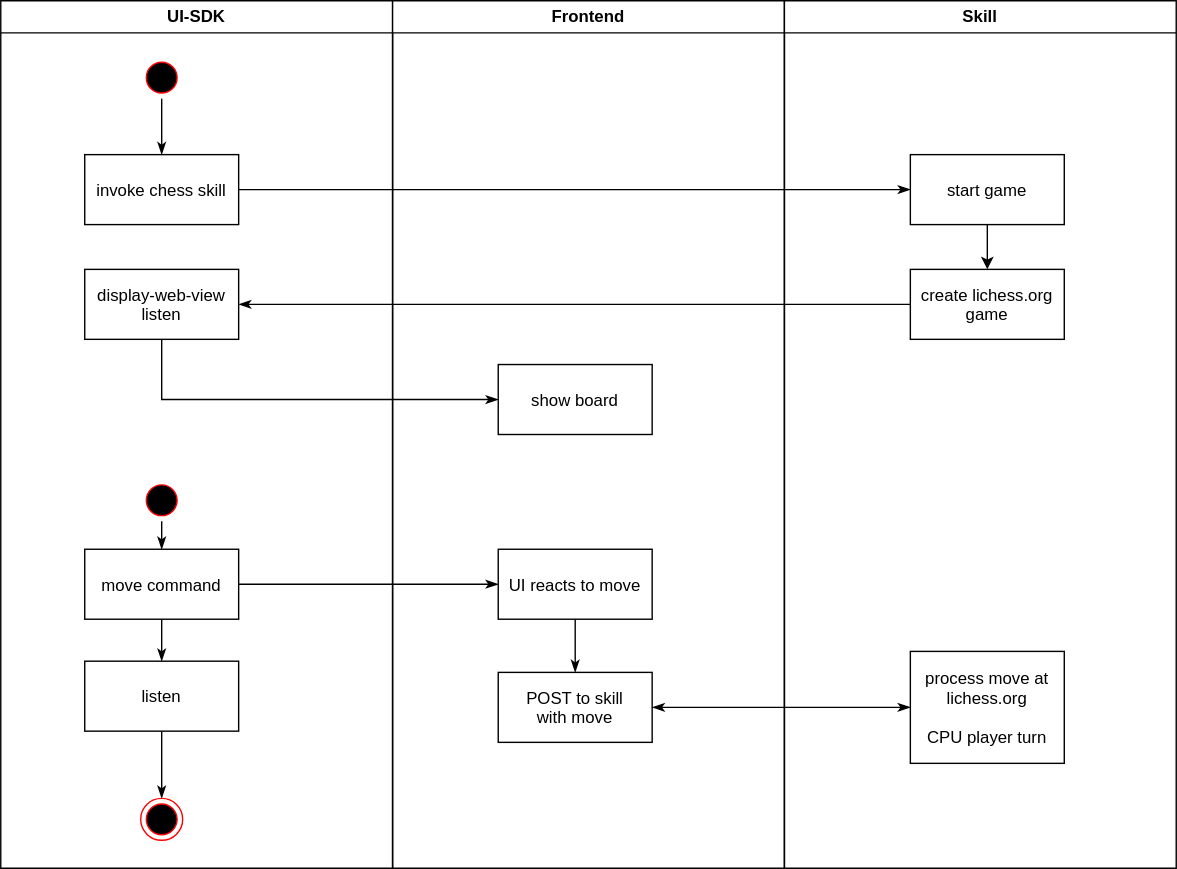
Before: docs/flows-Command Flow.svg, a diagram exported from draw.io (mosure/chess-assistant-skill). Source tidied: cells renumbered, new cells last; positions are measured from the earlier drawing's top-left corner, leaving out a move shared by most shapes. Source of this version:
```xml
<mxGraphModel>
  <root>
    <mxCell id="0" />
    <mxCell id="1" parent="0" />
    <mxCell id="2" value="UI-SDK" style="swimlane;whiteSpace=wrap;startSize=23;" parent="1" vertex="1">
      <mxGeometry width="280" height="620" as="geometry" />
    </mxCell>
    <mxCell id="3" style="edgeStyle=orthogonalEdgeStyle;rounded=0;jettySize=auto;html=1;exitX=0.5;exitY=1;exitDx=0;exitDy=0;entryX=0.5;entryY=0;entryDx=0;entryDy=0;endArrow=classicThin;endFill=1;strokeColor=#000000;" parent="2" edge="1" source="4" target="5">
      <mxGeometry relative="1" as="geometry" />
    </mxCell>
    <mxCell id="4" style="ellipse;shape=startState;fillColor=#000000;strokeColor=#ff0000;" parent="2" vertex="1">
      <mxGeometry x="100" y="40" width="30" height="30" as="geometry" />
    </mxCell>
    <mxCell id="5" value="invoke chess skill" parent="2" vertex="1">
      <mxGeometry x="60" y="110" width="110" height="50" as="geometry" />
    </mxCell>
    <mxCell id="6" value="display-web-view&#10;listen" parent="2" vertex="1">
      <mxGeometry x="60" y="192" width="110" height="50" as="geometry" />
    </mxCell>
    <mxCell id="7" style="edgeStyle=orthogonalEdgeStyle;rounded=0;jettySize=auto;html=1;exitX=0.5;exitY=1;exitDx=0;exitDy=0;entryX=0.5;entryY=0;entryDx=0;entryDy=0;endArrow=classicThin;endFill=1;strokeColor=#000000;" parent="2" edge="1" source="8" target="12">
      <mxGeometry relative="1" as="geometry" />
    </mxCell>
    <mxCell id="8" value="move command" parent="2" vertex="1">
      <mxGeometry x="60" y="392" width="110" height="50" as="geometry" />
    </mxCell>
    <mxCell id="9" style="edgeStyle=orthogonalEdgeStyle;rounded=0;jettySize=auto;html=1;exitX=0.5;exitY=1;exitDx=0;exitDy=0;entryX=0.5;entryY=0;entryDx=0;entryDy=0;endArrow=classicThin;endFill=1;strokeColor=#000000;" parent="2" edge="1" source="10" target="8">
      <mxGeometry relative="1" as="geometry" />
    </mxCell>
    <mxCell id="10" style="ellipse;shape=startState;fillColor=#000000;strokeColor=#ff0000;" parent="2" vertex="1">
      <mxGeometry x="100" y="342" width="30" height="30" as="geometry" />
    </mxCell>
    <mxCell id="11" style="edgeStyle=orthogonalEdgeStyle;rounded=0;jettySize=auto;html=1;exitX=0.5;exitY=1;exitDx=0;exitDy=0;entryX=0.5;entryY=0;entryDx=0;entryDy=0;endArrow=classicThin;endFill=1;strokeColor=#000000;" parent="2" edge="1" source="12" target="13">
      <mxGeometry relative="1" as="geometry" />
    </mxCell>
    <mxCell id="12" value="listen" parent="2" vertex="1">
      <mxGeometry x="60" y="472" width="110" height="50" as="geometry" />
    </mxCell>
    <mxCell id="13" style="ellipse;shape=endState;fillColor=#000000;strokeColor=#ff0000;" parent="2" vertex="1">
      <mxGeometry x="100" y="570" width="30" height="30" as="geometry" />
    </mxCell>
    <mxCell id="14" value="Frontend" style="swimlane;whiteSpace=wrap;" parent="1" vertex="1">
      <mxGeometry x="280" width="280" height="620" as="geometry" />
    </mxCell>
    <mxCell id="15" value="show board" parent="14" vertex="1">
      <mxGeometry x="75.5" y="260" width="110" height="50" as="geometry" />
    </mxCell>
    <mxCell id="16" value="POST to skill&#10;with move" parent="14" vertex="1">
      <mxGeometry x="75.5" y="480" width="110" height="50" as="geometry" />
    </mxCell>
    <mxCell id="17" style="edgeStyle=orthogonalEdgeStyle;rounded=0;jettySize=auto;html=1;exitX=0.5;exitY=1;exitDx=0;exitDy=0;entryX=0.5;entryY=0;entryDx=0;entryDy=0;endArrow=classicThin;endFill=1;strokeColor=#000000;" parent="14" edge="1" source="18" target="16">
      <mxGeometry relative="1" as="geometry" />
    </mxCell>
    <mxCell id="18" value="UI reacts to move" parent="14" vertex="1">
      <mxGeometry x="75.5" y="392" width="110" height="50" as="geometry" />
    </mxCell>
    <mxCell id="19" value="Skill" style="swimlane;whiteSpace=wrap;startSize=23;" parent="1" vertex="1">
      <mxGeometry x="560" width="280" height="620" as="geometry" />
    </mxCell>
    <mxCell id="20" style="edgeStyle=orthogonalEdgeStyle;rounded=0;jettySize=auto;html=1;exitX=0.5;exitY=1;exitDx=0;exitDy=0;entryX=0.5;entryY=0;entryDx=0;entryDy=0;" parent="19" edge="1" source="21" target="22">
      <mxGeometry relative="1" as="geometry" />
    </mxCell>
    <mxCell id="21" value="start game" parent="19" vertex="1">
      <mxGeometry x="90" y="110" width="110" height="50" as="geometry" />
    </mxCell>
    <mxCell id="22" value="create lichess.org&#10;game" parent="19" vertex="1">
      <mxGeometry x="90" y="192" width="110" height="50" as="geometry" />
    </mxCell>
    <mxCell id="23" value="process move at&#10;lichess.org&#10;&#10;CPU player turn" parent="19" vertex="1">
      <mxGeometry x="90" y="465" width="110" height="80" as="geometry" />
    </mxCell>
    <mxCell id="24" style="edgeStyle=orthogonalEdgeStyle;rounded=0;jettySize=auto;html=1;exitX=1;exitY=0.5;exitDx=0;exitDy=0;entryX=0;entryY=0.5;entryDx=0;entryDy=0;endArrow=classicThin;endFill=1;strokeColor=#000000;" parent="1" edge="1" source="5" target="21">
      <mxGeometry relative="1" as="geometry" />
    </mxCell>
    <mxCell id="25" style="edgeStyle=orthogonalEdgeStyle;rounded=0;jettySize=auto;html=1;exitX=0;exitY=0.5;exitDx=0;exitDy=0;entryX=1;entryY=0.5;entryDx=0;entryDy=0;endArrow=classicThin;endFill=1;strokeColor=#000000;" parent="1" edge="1" source="22" target="6">
      <mxGeometry relative="1" as="geometry" />
    </mxCell>
    <mxCell id="26" style="edgeStyle=orthogonalEdgeStyle;rounded=0;jettySize=auto;html=1;exitX=0.5;exitY=1;exitDx=0;exitDy=0;endArrow=classicThin;endFill=1;strokeColor=#000000;entryX=0;entryY=0.5;entryDx=0;entryDy=0;" parent="1" edge="1" source="6" target="15">
      <mxGeometry relative="1" as="geometry" />
    </mxCell>
    <mxCell id="27" style="edgeStyle=orthogonalEdgeStyle;rounded=0;jettySize=auto;html=1;exitX=1;exitY=0.5;exitDx=0;exitDy=0;entryX=0;entryY=0.5;entryDx=0;entryDy=0;endArrow=classicThin;endFill=1;strokeColor=#000000;" parent="1" edge="1" source="8" target="18">
      <mxGeometry relative="1" as="geometry" />
    </mxCell>
    <mxCell id="28" style="edgeStyle=orthogonalEdgeStyle;rounded=0;jettySize=auto;html=1;exitX=1;exitY=0.5;exitDx=0;exitDy=0;entryX=0;entryY=0.5;entryDx=0;entryDy=0;endArrow=classicThin;endFill=1;strokeColor=#000000;startArrow=classicThin;startFill=1;" parent="1" edge="1" source="16" target="23">
      <mxGeometry relative="1" as="geometry" />
    </mxCell>
  </root>
</mxGraphModel>
```
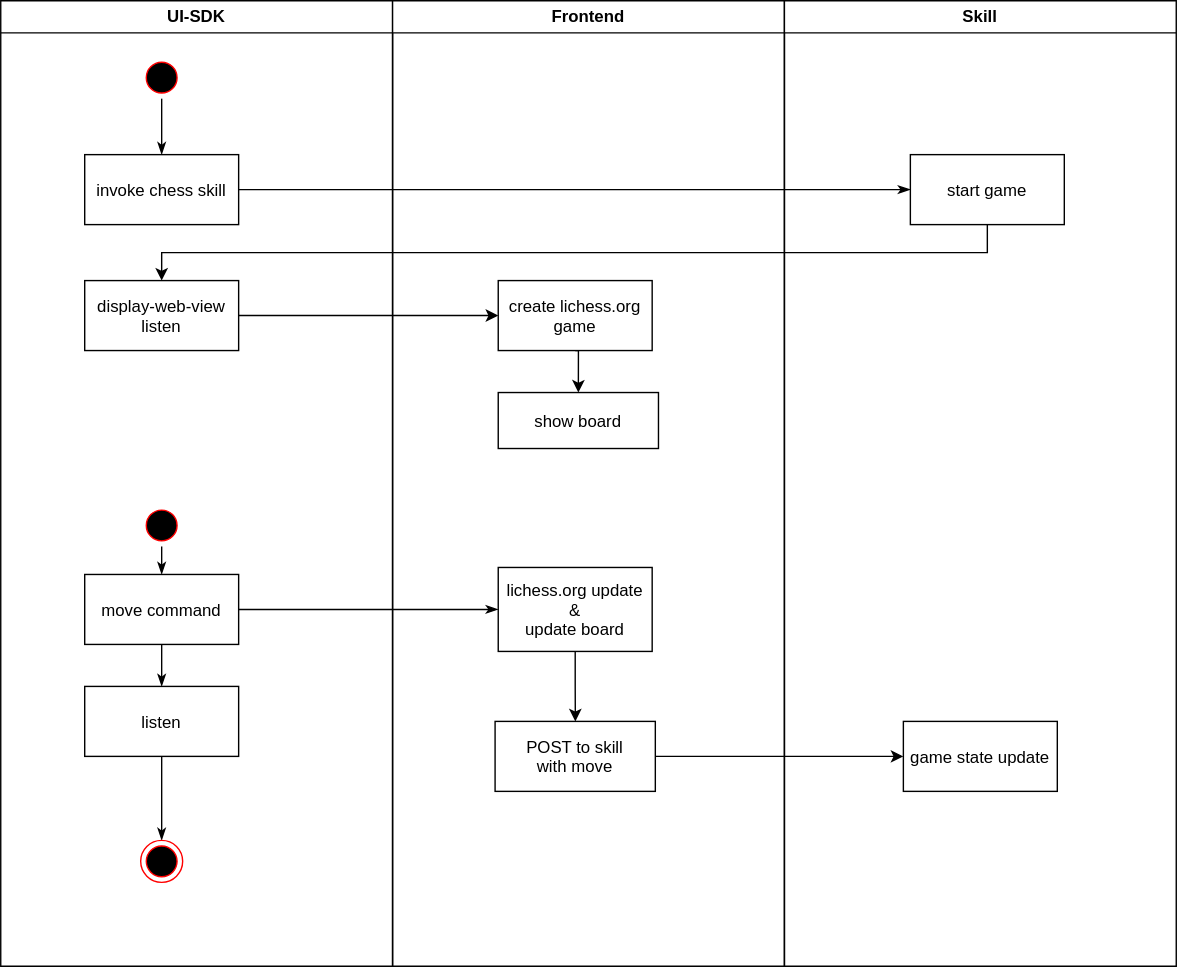
Later version of the same file.

What changed in the source:
```diff
@@ -3,7 +3,7 @@
     <mxCell id="0" />
     <mxCell id="1" parent="0" />
     <mxCell id="2" value="UI-SDK" style="swimlane;whiteSpace=wrap;startSize=23;" parent="1" vertex="1">
-      <mxGeometry width="280" height="620" as="geometry" />
+      <mxGeometry width="280" height="690" as="geometry" />
     </mxCell>
     <mxCell id="3" style="edgeStyle=orthogonalEdgeStyle;rounded=0;jettySize=auto;html=1;exitX=0.5;exitY=1;exitDx=0;exitDy=0;entryX=0.5;entryY=0;entryDx=0;entryDy=0;endArrow=classicThin;endFill=1;strokeColor=#000000;" parent="2" edge="1" source="4" target="5">
       <mxGeometry relative="1" as="geometry" />
@@ -15,73 +15,73 @@
       <mxGeometry x="60" y="110" width="110" height="50" as="geometry" />
     </mxCell>
     <mxCell id="6" value="display-web-view&#10;listen" parent="2" vertex="1">
-      <mxGeometry x="60" y="192" width="110" height="50" as="geometry" />
+      <mxGeometry x="60" y="200" width="110" height="50" as="geometry" />
     </mxCell>
     <mxCell id="7" style="edgeStyle=orthogonalEdgeStyle;rounded=0;jettySize=auto;html=1;exitX=0.5;exitY=1;exitDx=0;exitDy=0;entryX=0.5;entryY=0;entryDx=0;entryDy=0;endArrow=classicThin;endFill=1;strokeColor=#000000;" parent="2" edge="1" source="8" target="12">
       <mxGeometry relative="1" as="geometry" />
     </mxCell>
     <mxCell id="8" value="move command" parent="2" vertex="1">
-      <mxGeometry x="60" y="392" width="110" height="50" as="geometry" />
+      <mxGeometry x="60" y="410" width="110" height="50" as="geometry" />
     </mxCell>
     <mxCell id="9" style="edgeStyle=orthogonalEdgeStyle;rounded=0;jettySize=auto;html=1;exitX=0.5;exitY=1;exitDx=0;exitDy=0;entryX=0.5;entryY=0;entryDx=0;entryDy=0;endArrow=classicThin;endFill=1;strokeColor=#000000;" parent="2" edge="1" source="10" target="8">
       <mxGeometry relative="1" as="geometry" />
     </mxCell>
     <mxCell id="10" style="ellipse;shape=startState;fillColor=#000000;strokeColor=#ff0000;" parent="2" vertex="1">
-      <mxGeometry x="100" y="342" width="30" height="30" as="geometry" />
+      <mxGeometry x="100" y="360" width="30" height="30" as="geometry" />
     </mxCell>
     <mxCell id="11" style="edgeStyle=orthogonalEdgeStyle;rounded=0;jettySize=auto;html=1;exitX=0.5;exitY=1;exitDx=0;exitDy=0;entryX=0.5;entryY=0;entryDx=0;entryDy=0;endArrow=classicThin;endFill=1;strokeColor=#000000;" parent="2" edge="1" source="12" target="13">
       <mxGeometry relative="1" as="geometry" />
     </mxCell>
     <mxCell id="12" value="listen" parent="2" vertex="1">
-      <mxGeometry x="60" y="472" width="110" height="50" as="geometry" />
+      <mxGeometry x="60" y="490" width="110" height="50" as="geometry" />
     </mxCell>
     <mxCell id="13" style="ellipse;shape=endState;fillColor=#000000;strokeColor=#ff0000;" parent="2" vertex="1">
-      <mxGeometry x="100" y="570" width="30" height="30" as="geometry" />
+      <mxGeometry x="100" y="600" width="30" height="30" as="geometry" />
     </mxCell>
     <mxCell id="14" value="Frontend" style="swimlane;whiteSpace=wrap;" parent="1" vertex="1">
-      <mxGeometry x="280" width="280" height="620" as="geometry" />
+      <mxGeometry x="280" width="280" height="690" as="geometry" />
     </mxCell>
     <mxCell id="15" value="show board" parent="14" vertex="1">
-      <mxGeometry x="75.5" y="260" width="110" height="50" as="geometry" />
+      <mxGeometry x="75.5" y="280" width="114.5" height="40" as="geometry" />
     </mxCell>
-    <mxCell id="16" value="POST to skill&#10;with move" parent="14" vertex="1">
-      <mxGeometry x="75.5" y="480" width="110" height="50" as="geometry" />
-    </mxCell>
-    <mxCell id="17" style="edgeStyle=orthogonalEdgeStyle;rounded=0;jettySize=auto;html=1;exitX=0.5;exitY=1;exitDx=0;exitDy=0;entryX=0.5;entryY=0;entryDx=0;entryDy=0;endArrow=classicThin;endFill=1;strokeColor=#000000;" parent="14" edge="1" source="18" target="16">
+    <mxCell id="17" style="edgeStyle=orthogonalEdgeStyle;rounded=0;jettySize=auto;html=1;exitX=0.5;exitY=1;exitDx=0;exitDy=0;" parent="14" edge="1" source="18" target="16">
       <mxGeometry relative="1" as="geometry" />
     </mxCell>
-    <mxCell id="18" value="UI reacts to move" parent="14" vertex="1">
-      <mxGeometry x="75.5" y="392" width="110" height="50" as="geometry" />
+    <mxCell id="18" value="lichess.org update&#10;&amp;&#10;update board" parent="14" vertex="1">
+      <mxGeometry x="75.5" y="405" width="110" height="60" as="geometry" />
     </mxCell>
+    <mxCell id="29" style="edgeStyle=orthogonalEdgeStyle;rounded=0;jettySize=auto;html=1;exitX=0.5;exitY=1;exitDx=0;exitDy=0;entryX=0.5;entryY=0;entryDx=0;entryDy=0;" parent="14" edge="1" source="22" target="15">
+      <mxGeometry relative="1" as="geometry" />
+    </mxCell>
+    <mxCell id="22" value="create lichess.org&#10;game" parent="14" vertex="1">
+      <mxGeometry x="75.5" y="200" width="110" height="50" as="geometry" />
+    </mxCell>
+    <mxCell id="16" value="POST to skill&#10;with move" parent="14" vertex="1">
+      <mxGeometry x="73.2" y="515" width="114.5" height="50" as="geometry" />
+    </mxCell>
     <mxCell id="19" value="Skill" style="swimlane;whiteSpace=wrap;startSize=23;" parent="1" vertex="1">
-      <mxGeometry x="560" width="280" height="620" as="geometry" />
+      <mxGeometry x="560" width="280" height="690" as="geometry" />
     </mxCell>
-    <mxCell id="20" style="edgeStyle=orthogonalEdgeStyle;rounded=0;jettySize=auto;html=1;exitX=0.5;exitY=1;exitDx=0;exitDy=0;entryX=0.5;entryY=0;entryDx=0;entryDy=0;" parent="19" edge="1" source="21" target="22">
-      <mxGeometry relative="1" as="geometry" />
-    </mxCell>
     <mxCell id="21" value="start game" parent="19" vertex="1">
       <mxGeometry x="90" y="110" width="110" height="50" as="geometry" />
     </mxCell>
-    <mxCell id="22" value="create lichess.org&#10;game" parent="19" vertex="1">
-      <mxGeometry x="90" y="192" width="110" height="50" as="geometry" />
-    </mxCell>
-    <mxCell id="23" value="process move at&#10;lichess.org&#10;&#10;CPU player turn" parent="19" vertex="1">
-      <mxGeometry x="90" y="465" width="110" height="80" as="geometry" />
-    </mxCell>
+    <mxCell id="30" value="game state update" parent="19" vertex="1">
+      <mxGeometry x="85" y="515" width="110" height="50" as="geometry" />
+    </mxCell>
     <mxCell id="24" style="edgeStyle=orthogonalEdgeStyle;rounded=0;jettySize=auto;html=1;exitX=1;exitY=0.5;exitDx=0;exitDy=0;entryX=0;entryY=0.5;entryDx=0;entryDy=0;endArrow=classicThin;endFill=1;strokeColor=#000000;" parent="1" edge="1" source="5" target="21">
       <mxGeometry relative="1" as="geometry" />
     </mxCell>
-    <mxCell id="25" style="edgeStyle=orthogonalEdgeStyle;rounded=0;jettySize=auto;html=1;exitX=0;exitY=0.5;exitDx=0;exitDy=0;entryX=1;entryY=0.5;entryDx=0;entryDy=0;endArrow=classicThin;endFill=1;strokeColor=#000000;" parent="1" edge="1" source="22" target="6">
-      <mxGeometry relative="1" as="geometry" />
-    </mxCell>
-    <mxCell id="26" style="edgeStyle=orthogonalEdgeStyle;rounded=0;jettySize=auto;html=1;exitX=0.5;exitY=1;exitDx=0;exitDy=0;endArrow=classicThin;endFill=1;strokeColor=#000000;entryX=0;entryY=0.5;entryDx=0;entryDy=0;" parent="1" edge="1" source="6" target="15">
-      <mxGeometry relative="1" as="geometry" />
-    </mxCell>
     <mxCell id="27" style="edgeStyle=orthogonalEdgeStyle;rounded=0;jettySize=auto;html=1;exitX=1;exitY=0.5;exitDx=0;exitDy=0;entryX=0;entryY=0.5;entryDx=0;entryDy=0;endArrow=classicThin;endFill=1;strokeColor=#000000;" parent="1" edge="1" source="8" target="18">
       <mxGeometry relative="1" as="geometry" />
     </mxCell>
-    <mxCell id="28" style="edgeStyle=orthogonalEdgeStyle;rounded=0;jettySize=auto;html=1;exitX=1;exitY=0.5;exitDx=0;exitDy=0;entryX=0;entryY=0.5;entryDx=0;entryDy=0;endArrow=classicThin;endFill=1;strokeColor=#000000;startArrow=classicThin;startFill=1;" parent="1" edge="1" source="16" target="23">
-      <mxGeometry relative="1" as="geometry" />
-    </mxCell>
+    <mxCell id="31" style="edgeStyle=orthogonalEdgeStyle;rounded=0;jettySize=auto;html=1;exitX=0.5;exitY=1;exitDx=0;exitDy=0;entryX=0.5;entryY=0;entryDx=0;entryDy=0;" parent="1" edge="1" source="21" target="6">
+      <mxGeometry relative="1" as="geometry" />
+    </mxCell>
+    <mxCell id="32" style="edgeStyle=orthogonalEdgeStyle;rounded=0;jettySize=auto;html=1;exitX=1;exitY=0.5;exitDx=0;exitDy=0;entryX=0;entryY=0.5;entryDx=0;entryDy=0;" parent="1" edge="1" source="6" target="22">
+      <mxGeometry relative="1" as="geometry" />
+    </mxCell>
+    <mxCell id="33" style="edgeStyle=orthogonalEdgeStyle;rounded=0;jettySize=auto;html=1;exitX=1;exitY=0.5;exitDx=0;exitDy=0;entryX=0;entryY=0.5;entryDx=0;entryDy=0;" parent="1" edge="1" source="16" target="30">
+      <mxGeometry relative="1" as="geometry" />
+    </mxCell>
   </root>
 </mxGraphModel>
```
